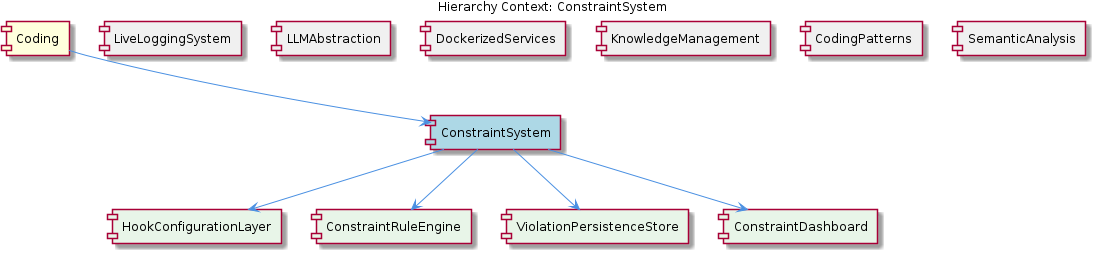
The PlantUML diagram knowledge-management/insights/images/constraint-system-relationship.png in fwornle/coding, before a commit. Its source is kept beside it as .data/knowledge-graph/insights/puml/constraint-system-relationship.puml.
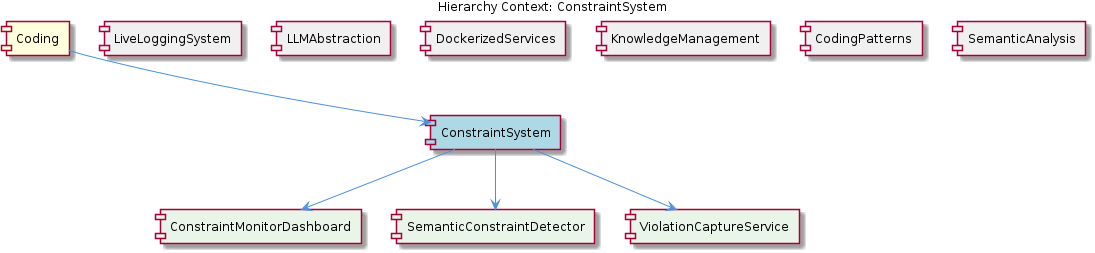
Later version of the same file.

Diff of the diagram source:
```diff
@@ -11,10 +11,9 @@
 [KnowledgeManagement] as knowledge_management #F0F0F0
 [CodingPatterns] as coding_patterns #F0F0F0
 [SemanticAnalysis] as semantic_analysis #F0F0F0
-[HookConfigurationLayer] as hook_configuration_layer #E8F5E8
-[ConstraintRuleEngine] as constraint_rule_engine #E8F5E8
-[ViolationPersistenceStore] as violation_persistence_store #E8F5E8
-[ConstraintDashboard] as constraint_dashboard #E8F5E8
+[ConstraintMonitorDashboard] as constraint_monitor_dashboard #E8F5E8
+[SemanticConstraintDetector] as semantic_constraint_detector #E8F5E8
+[ViolationCaptureService] as violation_capture_service #E8F5E8
 
 coding --> constraint_system
 live_logging_system -[hidden]- constraint_system
@@ -23,9 +22,8 @@
 knowledge_management -[hidden]- constraint_system
 coding_patterns -[hidden]- constraint_system
 semantic_analysis -[hidden]- constraint_system
-constraint_system --> hook_configuration_layer
-constraint_system --> constraint_rule_engine
-constraint_system --> violation_persistence_store
-constraint_system --> constraint_dashboard
+constraint_system --> constraint_monitor_dashboard
+constraint_system --> semantic_constraint_detector
+constraint_system --> violation_capture_service
 
 @enduml
```
